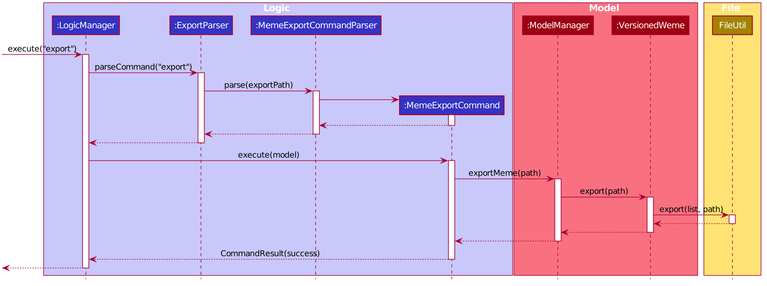
Earlier version of the PlantUML export docs/images/ExportSequenceDiagram.png (nus-cs2103-AY1920S1/addressbook-level3). Source of this version:
```plantuml
@startuml
scale 1.5








skinparam BackgroundColor #FFFFFFF

skinparam Shadowing false

skinparam Class {
    FontColor #FFFFFF
    BorderThickness 1
    BorderColor #FFFFFF
    StereotypeFontColor #FFFFFF
    FontName Arial
}

skinparam Actor {
    BorderColor #000000
    Color #000000
    FontName Arial
}

skinparam Sequence {
    MessageAlign center
    BoxFontSize 15
    BoxPadding 0
    BoxFontColor #FFFFFF
    FontName Arial
}

skinparam Participant {
    FontColor #FFFFFFF
    Padding 20
}

skinparam MinClassWidth 50
skinparam ParticipantPadding 10
skinparam Shadowing false
skinparam DefaultTextAlignment center
skinparam packageStyle Rectangle

hide footbox
hide members
hide circle
box Logic #C8C8FA
participant ":LogicManager" as LogicManager #3333C4
participant ":ExportParser" as ExportParser #3333C4
participant ":MemeExportCommandParser" as MemeExportCommandParser #3333C4
participant ":MemeExportCommand" as MemeExportCommand #3333C4
end box

box Model #F97181
participant ":ModelManager" as ModelManager  #9D0012
participant ":VersionedWeme" as Weme #9D0012
end box

box File #FFE374
participant "FileUtil" as FileUtil #A38300
end box

[-> LogicManager : execute("export")
activate LogicManager
LogicManager -> ExportParser : parseCommand("export")
activate ExportParser


ExportParser -> MemeExportCommandParser : parse(exportPath)
activate MemeExportCommandParser
create MemeExportCommand
MemeExportCommandParser -> MemeExportCommand
activate MemeExportCommand
MemeExportCommand --> MemeExportCommandParser
deactivate MemeExportCommand
MemeExportCommandParser --> ExportParser
deactivate MemeExportCommandParser
ExportParser --> LogicManager

deactivate ExportParser

LogicManager -> MemeExportCommand : execute(model)
activate MemeExportCommand
MemeExportCommand -> ModelManager : exportMeme(path)
activate ModelManager
ModelManager -> Weme : export(path)
activate Weme
Weme -> FileUtil : export(list, path)
activate FileUtil
FileUtil --> Weme
deactivate FileUtil
Weme --> ModelManager
deactivate Weme
ModelManager --> MemeExportCommand
deactivate ModelManager
MemeExportCommand --> LogicManager : CommandResult(success)
deactivate MemeExportCommand

[<--LogicManager
deactivate LogicManager

@enduml
```
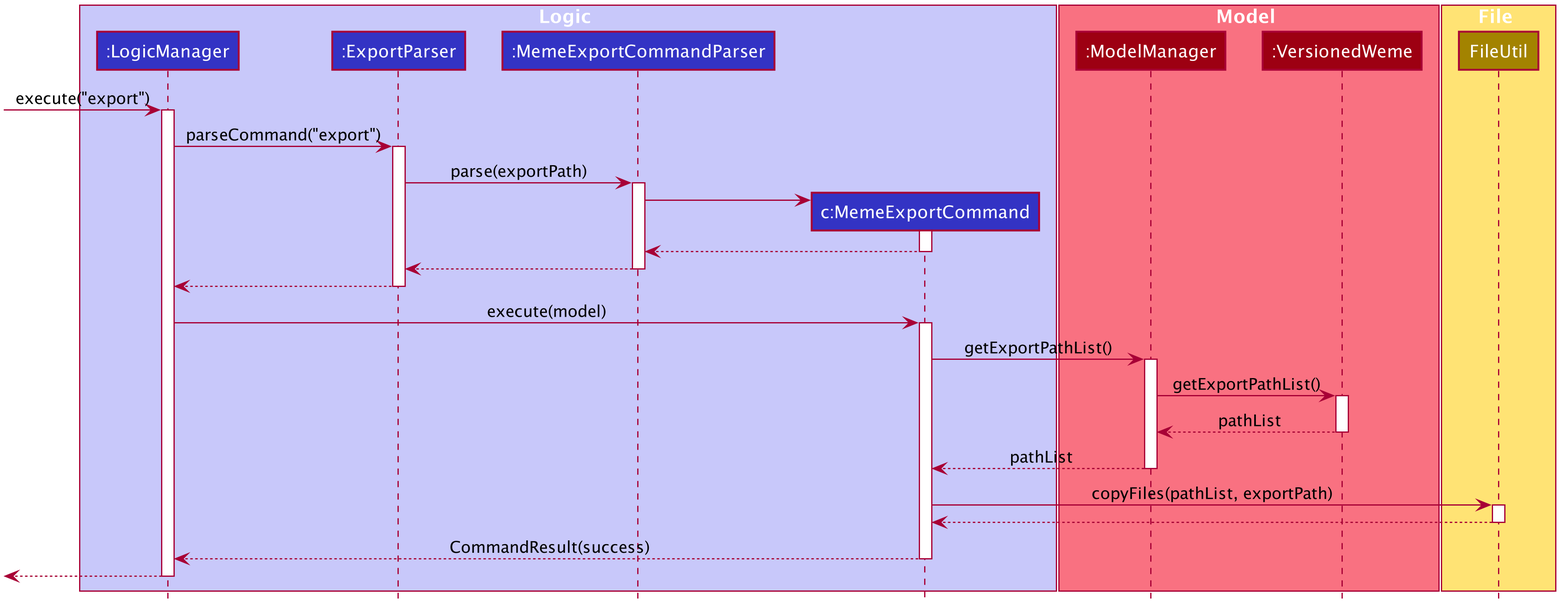
The same file after the commit.

Change to the diagram source:
```diff
@@ -52,7 +52,7 @@
 participant ":LogicManager" as LogicManager #3333C4
 participant ":ExportParser" as ExportParser #3333C4
 participant ":MemeExportCommandParser" as MemeExportCommandParser #3333C4
-participant ":MemeExportCommand" as MemeExportCommand #3333C4
+participant "c:MemeExportCommand" as MemeExportCommand #3333C4
 end box
 
 box Model #F97181
@@ -85,18 +85,18 @@
 
 LogicManager -> MemeExportCommand : execute(model)
 activate MemeExportCommand
-MemeExportCommand -> ModelManager : exportMeme(path)
+MemeExportCommand -> ModelManager : getExportPathList()
 activate ModelManager
-ModelManager -> Weme : export(path)
+ModelManager -> Weme : getExportPathList()
 activate Weme
-Weme -> FileUtil : export(list, path)
+Weme --> ModelManager : pathList
+deactivate Weme
+ModelManager --> MemeExportCommand : pathList
+deactivate ModelManager
+MemeExportCommand -> FileUtil : copyFiles(pathList, exportPath)
 activate FileUtil
-FileUtil --> Weme
+FileUtil --> MemeExportCommand
 deactivate FileUtil
-Weme --> ModelManager
-deactivate Weme
-ModelManager --> MemeExportCommand
-deactivate ModelManager
 MemeExportCommand --> LogicManager : CommandResult(success)
 deactivate MemeExportCommand
 
```
